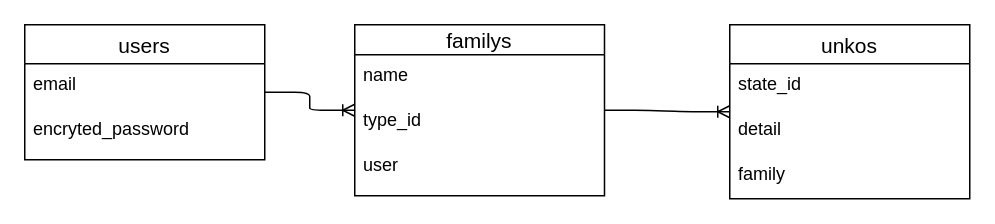
Above: unko.dio in iggy0722/unkoapp (draw.io), before the change. Source tidied: cells renumbered, new cells numbered last; positions are measured from the earlier drawing's top-left corner, leaving out a move shared by most shapes. Both pictures are drawn from the tidied source at 150%, with x=0, y=0 at pixel (24, 24).
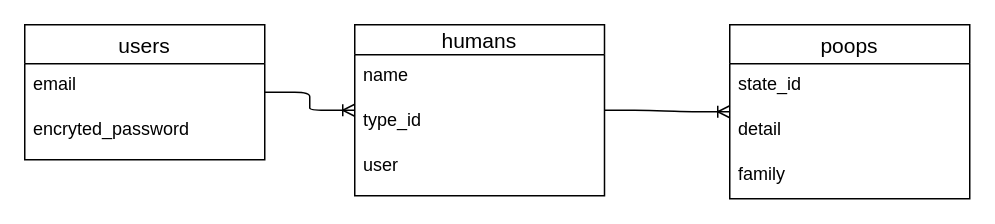
After the change.

The edit, as a diff of the source:
```diff
@@
 <mxGraphModel>
   <root>
     <mxCell id="0" />
     <mxCell id="1" parent="0" />
     <mxCell id="2" value="users" style="swimlane;fontStyle=0;horizontal=1;startSize=26;align=center;fontSize=14;" parent="1" vertex="1">
       <mxGeometry width="160" height="90" as="geometry" />
     </mxCell>
     <mxCell id="3" value="email" style="text;strokeColor=none;fillColor=none;spacingLeft=4;spacingRight=4;overflow=hidden;fontSize=12;" parent="2" vertex="1">
       <mxGeometry y="26" width="160" height="30" as="geometry" />
     </mxCell>
     <mxCell id="4" value="encryted_password" style="text;strokeColor=none;fillColor=none;spacingLeft=4;spacingRight=4;overflow=hidden;fontSize=12;" parent="2" vertex="1">
       <mxGeometry y="56" width="160" height="34" as="geometry" />
     </mxCell>
-    <mxCell id="5" value="familys" style="swimlane;fontStyle=0;horizontal=1;startSize=20;align=center;fontSize=14;" parent="1" vertex="1">
+    <mxCell id="5" value="humans" style="swimlane;fontStyle=0;horizontal=1;startSize=20;align=center;fontSize=14;" parent="1" vertex="1">
       <mxGeometry x="220" width="166.5" height="114" as="geometry" />
     </mxCell>
     <mxCell id="6" value="name" style="text;strokeColor=none;fillColor=none;spacingLeft=4;spacingRight=4;overflow=hidden;fontSize=12;" parent="5" vertex="1">
       <mxGeometry y="20" width="166.5" height="30" as="geometry" />
     </mxCell>
     <mxCell id="7" value="type_id" style="text;strokeColor=none;fillColor=none;spacingLeft=4;spacingRight=4;overflow=hidden;fontSize=12;" parent="5" vertex="1">
       <mxGeometry y="50" width="166.5" height="30" as="geometry" />
     </mxCell>
     <mxCell id="8" value="user" style="text;strokeColor=none;fillColor=none;spacingLeft=4;spacingRight=4;overflow=hidden;fontSize=12;" parent="5" vertex="1">
       <mxGeometry y="80" width="166.5" height="34" as="geometry" />
     </mxCell>
-    <mxCell id="9" value="unkos" style="swimlane;fontStyle=0;horizontal=1;startSize=26;align=center;fontSize=14;" parent="1" vertex="1">
+    <mxCell id="9" value="poops" style="swimlane;fontStyle=0;horizontal=1;startSize=26;align=center;fontSize=14;" parent="1" vertex="1">
       <mxGeometry x="470" width="160" height="116" as="geometry" />
     </mxCell>
     <mxCell id="10" value="state_id" style="text;strokeColor=none;fillColor=none;spacingLeft=4;spacingRight=4;overflow=hidden;fontSize=12;" parent="9" vertex="1">
       <mxGeometry y="26" width="160" height="30" as="geometry" />
     </mxCell>
     <mxCell id="11" value="detail" style="text;strokeColor=none;fillColor=none;spacingLeft=4;spacingRight=4;overflow=hidden;fontSize=12;" parent="9" vertex="1">
       <mxGeometry y="56" width="160" height="30" as="geometry" />
     </mxCell>
     <mxCell id="12" value="family" style="text;strokeColor=none;fillColor=none;spacingLeft=4;spacingRight=4;overflow=hidden;fontSize=12;" parent="9" vertex="1">
       <mxGeometry y="86" width="160" height="30" as="geometry" />
     </mxCell>
     <mxCell id="13" style="edgeStyle=entityRelationEdgeStyle;fontSize=12;html=1;endArrow=ERoneToMany;" parent="1" edge="1" source="2" target="5">
       <mxGeometry relative="1" as="geometry" />
     </mxCell>
     <mxCell id="14" style="edgeStyle=entityRelationEdgeStyle;fontSize=12;html=1;endArrow=ERoneToMany;" parent="1" edge="1" source="5" target="9">
       <mxGeometry relative="1" as="geometry" />
     </mxCell>
   </root>
 </mxGraphModel>
```
